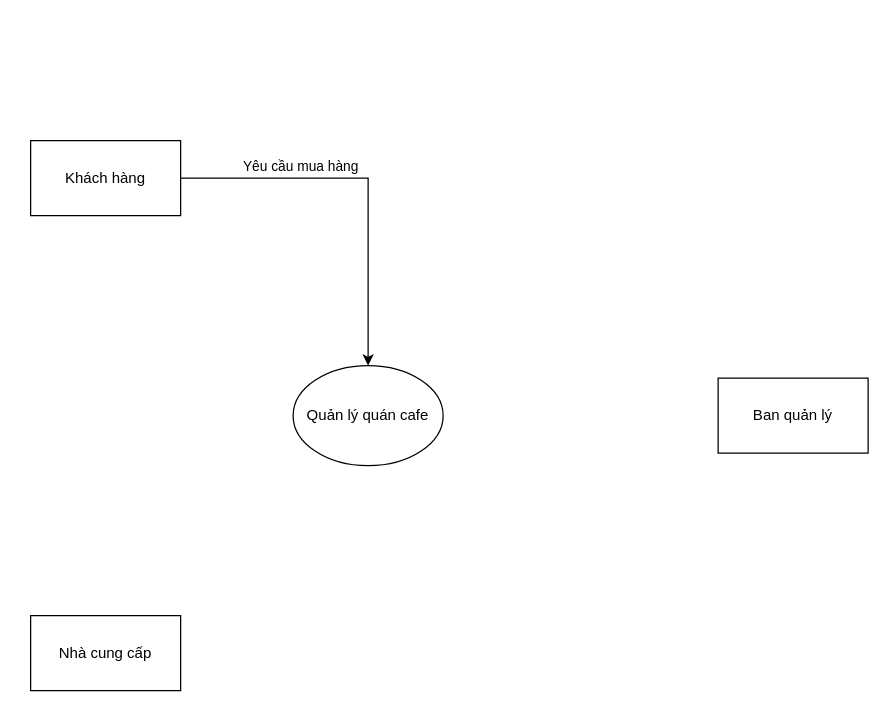
Above: Untitled Diagram.drawio in DuyleeCoder/DuyleeCoder (draw.io), before the change. Source tidied: cells renumbered, new cells numbered last; positions are measured from the earlier drawing's top-left corner, leaving out a move shared by most shapes. Both pictures are drawn from the tidied source at 125%, with x=0, y=0 at pixel (30, 140).
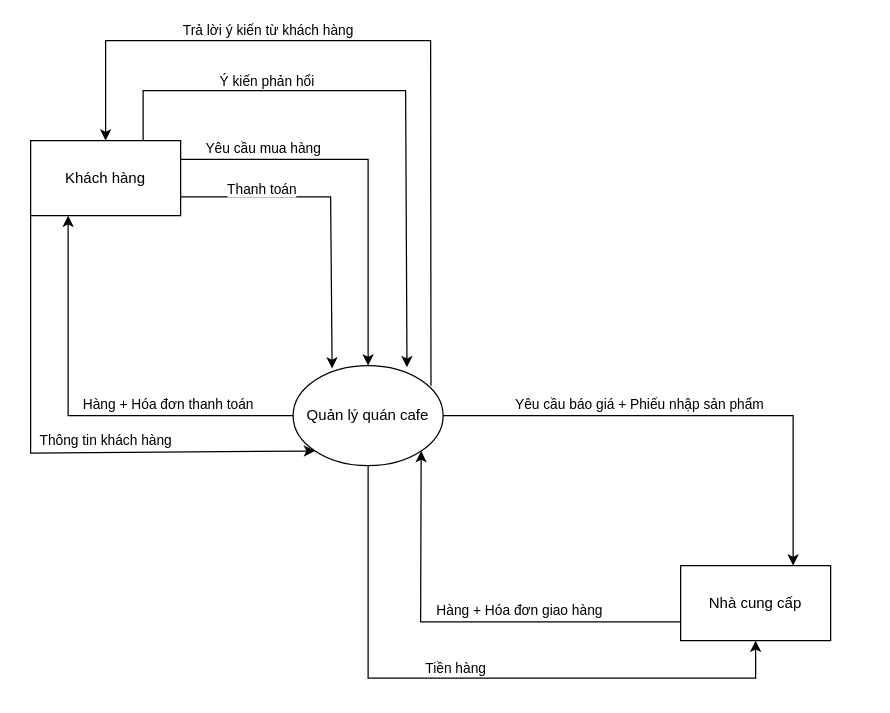
The same diagram, later.

The change refers to these unchanged cells:
```xml
<mxCell id="2" value="Khách hàng" style="rounded=0;whiteSpace=wrap;html=1;" parent="1" vertex="1">
  <mxGeometry width="120" height="60" as="geometry" />
</mxCell>
<mxCell id="5" value="Quản lý quán cafe" style="ellipse;whiteSpace=wrap;html=1;" parent="1" vertex="1">
  <mxGeometry x="210" y="180" width="120" height="80" as="geometry" />
</mxCell>
```

Diff of the diagram source:
```diff
@@
     <mxCell id="3" value="Nhà cung cấp" style="rounded=0;whiteSpace=wrap;html=1;" parent="1" vertex="1">
-      <mxGeometry y="380" width="120" height="60" as="geometry" />
+      <mxGeometry x="520" y="340" width="120" height="60" as="geometry" />
     </mxCell>
-    <mxCell id="4" value="Ban quản lý" style="rounded=0;whiteSpace=wrap;html=1;" parent="1" vertex="1">
-      <mxGeometry x="550" y="190" width="120" height="60" as="geometry" />
-    </mxCell>
@@
-    <mxCell id="6" style="endArrow=classic;html=1;rounded=0;exitX=1;exitY=0.5;exitDx=0;exitDy=0;entryX=0.5;entryY=0;entryDx=0;entryDy=0;" parent="1" edge="1" source="2" target="5">
+    <mxCell id="6" style="endArrow=classic;html=1;rounded=0;exitX=1;exitY=0.25;exitDx=0;exitDy=0;entryX=0.5;entryY=0;entryDx=0;entryDy=0;" parent="1" edge="1" source="2" target="5">
       <mxGeometry relative="1" as="geometry">
         <Array as="points">
-          <mxPoint x="270" y="30" />
+          <mxPoint x="270" y="15" />
         </Array>
       </mxGeometry>
     </mxCell>
     <mxCell id="7" value="Yêu cầu mua hàng" style="edgeLabel;html=1;align=center;verticalAlign=middle;" parent="6" vertex="1">
       <mxGeometry x="-0.33" y="-1" relative="1" as="geometry">
-        <mxPoint x="-5" y="-11" as="offset" />
+        <mxPoint x="-41" y="-11" as="offset" />
       </mxGeometry>
     </mxCell>
+    <mxCell id="8" style="endArrow=classic;html=1;rounded=0;exitX=0;exitY=0.5;exitDx=0;exitDy=0;entryX=0.25;entryY=1;entryDx=0;entryDy=0;" parent="1" edge="1" source="5" target="2">
+      <mxGeometry relative="1" as="geometry">
+        <Array as="points">
+          <mxPoint x="30" y="220" />
+        </Array>
+      </mxGeometry>
+    </mxCell>
+    <mxCell id="9" value="Hàng + Hóa đơn thanh toán" style="edgeLabel;html=1;align=center;verticalAlign=middle;" parent="8" vertex="1">
+      <mxGeometry x="-0.15" y="-3" relative="1" as="geometry">
+        <mxPoint x="44" y="-7" as="offset" />
+      </mxGeometry>
+    </mxCell>
+    <mxCell id="10" style="endArrow=classic;html=1;rounded=0;exitX=1;exitY=0.75;exitDx=0;exitDy=0;entryX=0.26;entryY=0.028;entryDx=0;entryDy=0;entryPerimeter=0;" parent="1" edge="1" source="2" target="5">
+      <mxGeometry relative="1" as="geometry">
+        <Array as="points">
+          <mxPoint x="240" y="45" />
+        </Array>
+      </mxGeometry>
+    </mxCell>
+    <mxCell id="11" value="Thanh toán" style="edgeLabel;html=1;align=center;verticalAlign=middle;" parent="10" vertex="1">
+      <mxGeometry x="-0.43" relative="1" as="geometry">
+        <mxPoint x="-9" y="-7" as="offset" />
+      </mxGeometry>
+    </mxCell>
+    <mxCell id="12" style="endArrow=none;startArrow=classic;html=1;rounded=0;entryX=0;entryY=1;entryDx=0;entryDy=0;exitX=0;exitY=1;exitDx=0;exitDy=0;endFill=0;" parent="1" edge="1" source="5" target="2">
+      <mxGeometry relative="1" as="geometry">
+        <Array as="points">
+          <mxPoint y="250" />
+        </Array>
+      </mxGeometry>
+    </mxCell>
+    <mxCell id="13" value="Thông tin khách hàng" style="edgeLabel;html=1;align=center;verticalAlign=middle;" parent="12" vertex="1">
+      <mxGeometry x="-0.11" relative="1" as="geometry">
+        <mxPoint x="18" y="-10" as="offset" />
+      </mxGeometry>
+    </mxCell>
+    <mxCell id="14" style="endArrow=classic;html=1;rounded=0;exitX=1;exitY=0.5;exitDx=0;exitDy=0;entryX=0.75;entryY=0;entryDx=0;entryDy=0;" parent="1" edge="1" source="5" target="3">
+      <mxGeometry relative="1" as="geometry">
+        <Array as="points">
+          <mxPoint x="610" y="220" />
+        </Array>
+      </mxGeometry>
+    </mxCell>
+    <mxCell id="15" value="Yêu cầu báo giá + Phiếu nhập sản phẩm" style="edgeLabel;html=1;align=center;verticalAlign=middle;" parent="14" vertex="1">
+      <mxGeometry x="-0.22" y="1" relative="1" as="geometry">
+        <mxPoint y="-9" as="offset" />
+      </mxGeometry>
+    </mxCell>
+    <mxCell id="16" style="endArrow=classic;html=1;rounded=0;exitX=0;exitY=0.75;exitDx=0;exitDy=0;entryX=1;entryY=1;entryDx=0;entryDy=0;" parent="1" edge="1" source="3" target="5">
+      <mxGeometry relative="1" as="geometry">
+        <Array as="points">
+          <mxPoint x="312" y="385" />
+        </Array>
+      </mxGeometry>
+    </mxCell>
+    <mxCell id="17" value="Hàng + Hóa đơn giao hàng" style="edgeLabel;html=1;align=center;verticalAlign=middle;" parent="16" vertex="1">
+      <mxGeometry x="-0.17" y="-1" relative="1" as="geometry">
+        <mxPoint x="13" y="-9" as="offset" />
+      </mxGeometry>
+    </mxCell>
+    <mxCell id="18" style="endArrow=classic;html=1;rounded=0;exitX=0.5;exitY=1;exitDx=0;exitDy=0;entryX=0.5;entryY=1;entryDx=0;entryDy=0;" parent="1" edge="1" source="5" target="3">
+      <mxGeometry relative="1" as="geometry">
+        <Array as="points">
+          <mxPoint x="270" y="430" />
+          <mxPoint x="580" y="430" />
+        </Array>
+      </mxGeometry>
+    </mxCell>
+    <mxCell id="19" value="Tiền hàng" style="edgeLabel;html=1;align=center;verticalAlign=middle;rotation=0;" parent="18" vertex="1">
+      <mxGeometry x="-0.11" y="-2" relative="1" as="geometry">
+        <mxPoint x="12" y="-11" as="offset" />
+      </mxGeometry>
+    </mxCell>
+    <mxCell id="20" style="endArrow=classic;html=1;rounded=0;exitX=0.75;exitY=0;exitDx=0;exitDy=0;entryX=0.759;entryY=0.017;entryDx=0;entryDy=0;entryPerimeter=0;" parent="1" edge="1" source="2" target="5">
+      <mxGeometry relative="1" as="geometry">
+        <Array as="points">
+          <mxPoint x="90" y="-40" />
+          <mxPoint x="300" y="-40" />
+        </Array>
+      </mxGeometry>
+    </mxCell>
+    <mxCell id="21" value="Ý kiến phản hổi" style="edgeLabel;html=1;align=center;verticalAlign=middle;" parent="20" vertex="1">
+      <mxGeometry x="-0.45" y="-4" relative="1" as="geometry">
+        <mxPoint x="8" y="-12" as="offset" />
+      </mxGeometry>
+    </mxCell>
+    <mxCell id="22" style="endArrow=classic;html=1;rounded=0;exitX=0.919;exitY=0.201;exitDx=0;exitDy=0;exitPerimeter=0;entryX=0.5;entryY=0;entryDx=0;entryDy=0;" parent="1" edge="1" source="5" target="2">
+      <mxGeometry relative="1" as="geometry">
+        <Array as="points">
+          <mxPoint x="320" y="-80" />
+          <mxPoint x="60" y="-80" />
+        </Array>
+      </mxGeometry>
+    </mxCell>
+    <mxCell id="23" value="Trả lời ý kiến từ khách hàng" style="edgeLabel;html=1;align=center;verticalAlign=middle;" parent="22" vertex="1">
+      <mxGeometry x="0.52" y="-1" relative="1" as="geometry">
+        <mxPoint x="61" y="-8" as="offset" />
+      </mxGeometry>
+    </mxCell>
```
